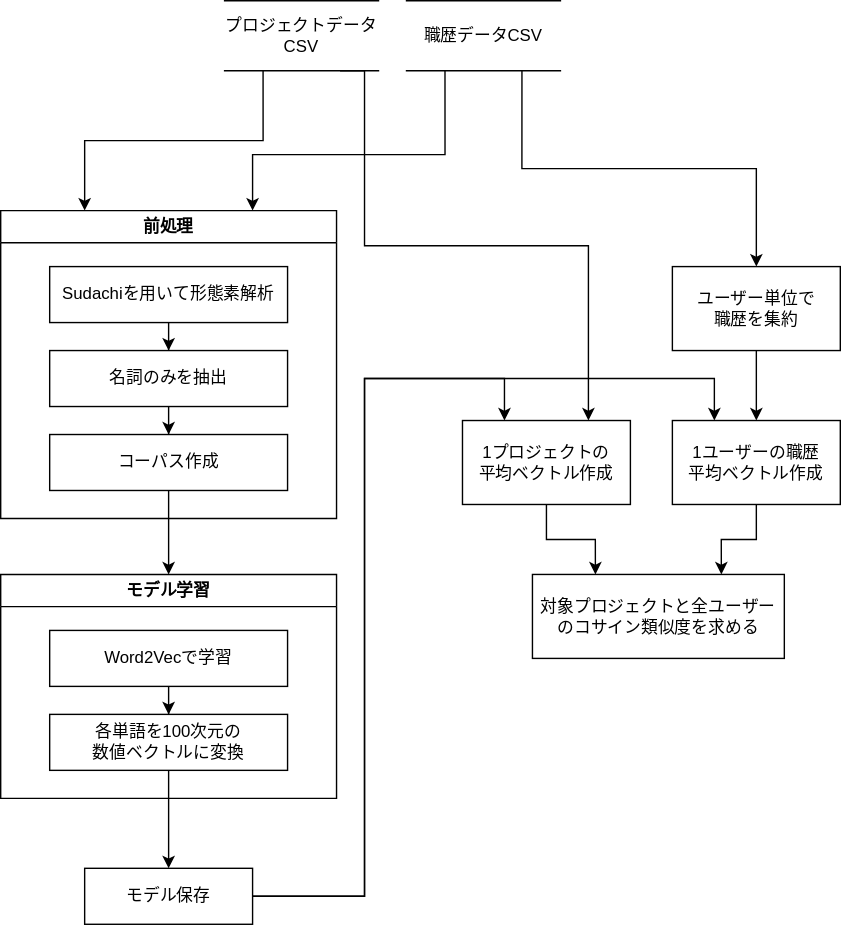
This is マッチング処理のデータフロー図.drawio.svg from Aoki-Dai/drawio, a draw.io export, as it was before one commit. Source tidied: cells renumbered, new cells last; positions are measured from the earlier drawing's top-left corner, leaving out a move shared by most shapes.
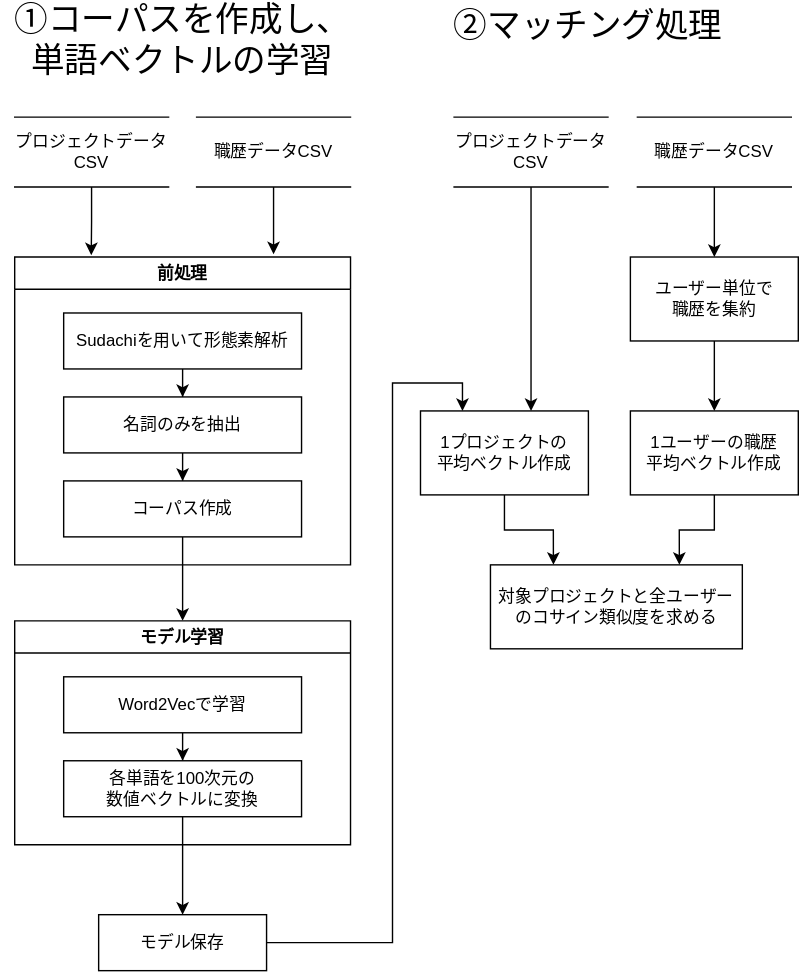
Above is the later version.

Commit message:
マッチング処理のデータフロー図.drawio.svg を更新します

Diff of the diagram source:
```diff
@@ -2,34 +2,14 @@
   <root>
     <mxCell id="0" />
     <mxCell id="1" parent="0" />
-    <mxCell id="2" style="edgeStyle=orthogonalEdgeStyle;rounded=0;jettySize=auto;html=1;exitX=0.25;exitY=1;exitDx=0;exitDy=0;entryX=0.25;entryY=0;entryDx=0;entryDy=0;" parent="1" edge="1" source="4" target="9">
+    <mxCell id="2" style="edgeStyle=orthogonalEdgeStyle;rounded=0;jettySize=auto;html=1;entryX=0.228;entryY=-0.006;entryDx=0;entryDy=0;entryPerimeter=0;" parent="1" edge="1" source="4" target="9">
       <mxGeometry relative="1" as="geometry" />
     </mxCell>
-    <mxCell id="3" style="edgeStyle=orthogonalEdgeStyle;rounded=0;jettySize=auto;html=1;exitX=0.75;exitY=1;exitDx=0;exitDy=0;entryX=0.75;entryY=0;entryDx=0;entryDy=0;" parent="1" edge="1" source="4" target="26">
-      <mxGeometry relative="1" as="geometry">
-        <Array as="points">
-          <mxPoint x="260" y="50" />
-          <mxPoint x="260" y="175" />
-          <mxPoint x="420" y="175" />
-        </Array>
-      </mxGeometry>
-    </mxCell>
     <mxCell id="4" value="プロジェクトデータCSV" style="html=1;dashed=0;whiteSpace=wrap;shape=partialRectangle;right=0;left=0;" parent="1" vertex="1">
-      <mxGeometry x="160" width="110" height="50" as="geometry" />
+      <mxGeometry y="50" width="110" height="50" as="geometry" />
     </mxCell>
-    <mxCell id="5" style="edgeStyle=orthogonalEdgeStyle;rounded=0;jettySize=auto;html=1;exitX=0.25;exitY=1;exitDx=0;exitDy=0;entryX=0.75;entryY=0;entryDx=0;entryDy=0;" parent="1" edge="1" source="7" target="9">
-      <mxGeometry relative="1" as="geometry">
-        <Array as="points">
-          <mxPoint x="318" y="110" />
-          <mxPoint x="180" y="110" />
-        </Array>
-      </mxGeometry>
-    </mxCell>
-    <mxCell id="6" style="edgeStyle=orthogonalEdgeStyle;rounded=0;jettySize=auto;html=1;exitX=0.75;exitY=1;exitDx=0;exitDy=0;entryX=0.5;entryY=0;entryDx=0;entryDy=0;" parent="1" edge="1" source="7" target="24">
-      <mxGeometry relative="1" as="geometry" />
-    </mxCell>
     <mxCell id="7" value="職歴データCSV" style="html=1;dashed=0;whiteSpace=wrap;shape=partialRectangle;right=0;left=0;" parent="1" vertex="1">
-      <mxGeometry x="290" width="110" height="50" as="geometry" />
+      <mxGeometry x="130" y="50" width="110" height="50" as="geometry" />
     </mxCell>
     <mxCell id="8" style="edgeStyle=orthogonalEdgeStyle;rounded=0;jettySize=auto;html=1;exitX=0.5;exitY=1;exitDx=0;exitDy=0;entryX=0.5;entryY=0;entryDx=0;entryDy=0;" parent="1" edge="1" source="14" target="15">
       <mxGeometry relative="1" as="geometry" />
@@ -67,21 +47,12 @@
     <mxCell id="19" style="edgeStyle=orthogonalEdgeStyle;rounded=0;jettySize=auto;html=1;exitX=1;exitY=0.5;exitDx=0;exitDy=0;entryX=0.25;entryY=0;entryDx=0;entryDy=0;" parent="1" edge="1" source="21" target="26">
       <mxGeometry relative="1" as="geometry">
         <Array as="points">
-          <mxPoint x="260" y="640" />
-          <mxPoint x="260" y="270" />
-          <mxPoint x="360" y="270" />
+          <mxPoint x="270" y="640" />
+          <mxPoint x="270" y="240" />
+          <mxPoint x="320" y="240" />
         </Array>
       </mxGeometry>
     </mxCell>
-    <mxCell id="20" style="edgeStyle=orthogonalEdgeStyle;rounded=0;jettySize=auto;html=1;exitX=1;exitY=0.5;exitDx=0;exitDy=0;entryX=0.25;entryY=0;entryDx=0;entryDy=0;" parent="1" edge="1" source="21" target="27">
-      <mxGeometry relative="1" as="geometry">
-        <Array as="points">
-          <mxPoint x="260" y="640" />
-          <mxPoint x="260" y="270" />
-          <mxPoint x="510" y="270" />
-        </Array>
-      </mxGeometry>
-    </mxCell>
     <mxCell id="21" value="モデル保存" style="whiteSpace=wrap;html=1;rounded=0;" parent="1" vertex="1">
       <mxGeometry x="60" y="620" width="120" height="40" as="geometry" />
     </mxCell>
@@ -92,22 +63,47 @@
       <mxGeometry relative="1" as="geometry" />
     </mxCell>
     <mxCell id="24" value="ユーザー単位で&lt;div&gt;職歴を集約&lt;/div&gt;" style="whiteSpace=wrap;html=1;" parent="1" vertex="1">
-      <mxGeometry x="480" y="190" width="120" height="60" as="geometry" />
+      <mxGeometry x="440" y="150" width="120" height="60" as="geometry" />
     </mxCell>
     <mxCell id="25" style="edgeStyle=orthogonalEdgeStyle;rounded=0;jettySize=auto;html=1;exitX=0.5;exitY=1;exitDx=0;exitDy=0;entryX=0.25;entryY=0;entryDx=0;entryDy=0;" parent="1" edge="1" source="26" target="28">
       <mxGeometry relative="1" as="geometry" />
     </mxCell>
     <mxCell id="26" value="1プロジェクトの&lt;div&gt;平均ベクトル作成&lt;/div&gt;" style="whiteSpace=wrap;html=1;" parent="1" vertex="1">
-      <mxGeometry x="330" y="300" width="120" height="60" as="geometry" />
+      <mxGeometry x="290" y="260" width="120" height="60" as="geometry" />
     </mxCell>
     <mxCell id="27" value="1ユーザーの&lt;span style=&quot;background-color: transparent; color: light-dark(rgb(0, 0, 0), rgb(255, 255, 255));&quot;&gt;職歴&lt;/span&gt;&lt;div&gt;&lt;span style=&quot;background-color: transparent; color: light-dark(rgb(0, 0, 0), rgb(255, 255, 255));&quot;&gt;平均ベクトル作成&lt;/span&gt;&lt;/div&gt;" style="whiteSpace=wrap;html=1;" parent="1" vertex="1">
-      <mxGeometry x="480" y="300" width="120" height="60" as="geometry" />
+      <mxGeometry x="440" y="260" width="120" height="60" as="geometry" />
     </mxCell>
     <mxCell id="28" value="対象プロジェクトと全ユーザーの&lt;span style=&quot;background-color: transparent; color: light-dark(rgb(0, 0, 0), rgb(255, 255, 255));&quot;&gt;コサイン類似度を求める&lt;/span&gt;" style="whiteSpace=wrap;html=1;" parent="1" vertex="1">
-      <mxGeometry x="380" y="410" width="180" height="60" as="geometry" />
+      <mxGeometry x="340" y="370" width="180" height="60" as="geometry" />
     </mxCell>
     <mxCell id="29" style="edgeStyle=orthogonalEdgeStyle;rounded=0;jettySize=auto;html=1;exitX=0.5;exitY=1;exitDx=0;exitDy=0;entryX=0.75;entryY=0;entryDx=0;entryDy=0;" parent="1" edge="1" source="27" target="28">
       <mxGeometry relative="1" as="geometry" />
     </mxCell>
+    <mxCell id="30" style="edgeStyle=orthogonalEdgeStyle;rounded=0;jettySize=auto;html=1;exitX=0.5;exitY=1;exitDx=0;exitDy=0;" parent="1" edge="1" source="31">
+      <mxGeometry relative="1" as="geometry">
+        <mxPoint x="369" y="260" as="targetPoint" />
+      </mxGeometry>
+    </mxCell>
+    <mxCell id="31" value="プロジェクトデータCSV" style="html=1;dashed=0;whiteSpace=wrap;shape=partialRectangle;right=0;left=0;" parent="1" vertex="1">
+      <mxGeometry x="314" y="50" width="110" height="50" as="geometry" />
+    </mxCell>
+    <mxCell id="32" style="edgeStyle=orthogonalEdgeStyle;rounded=0;jettySize=auto;html=1;entryX=0.5;entryY=0;entryDx=0;entryDy=0;" parent="1" edge="1" source="33" target="24">
+      <mxGeometry relative="1" as="geometry" />
+    </mxCell>
+    <mxCell id="33" value="職歴データCSV" style="html=1;dashed=0;whiteSpace=wrap;shape=partialRectangle;right=0;left=0;" parent="1" vertex="1">
+      <mxGeometry x="445" y="50" width="110" height="50" as="geometry" />
+    </mxCell>
+    <mxCell id="34" style="edgeStyle=orthogonalEdgeStyle;rounded=0;jettySize=auto;html=1;exitX=0.5;exitY=1;exitDx=0;exitDy=0;" parent="1" edge="1" source="7">
+      <mxGeometry relative="1" as="geometry">
+        <mxPoint x="185" y="148" as="targetPoint" />
+      </mxGeometry>
+    </mxCell>
+    <mxCell id="35" value="&lt;font style=&quot;font-size: 24px;&quot;&gt;①コーパスを作成し、単語ベクトルの学習&lt;/font&gt;" style="text;html=1;whiteSpace=wrap;strokeColor=none;fillColor=none;align=center;verticalAlign=middle;rounded=0;" parent="1" vertex="1">
+      <mxGeometry x="-10" y="-20" width="260" height="30" as="geometry" />
+    </mxCell>
+    <mxCell id="36" value="&lt;font style=&quot;font-size: 24px;&quot;&gt;②マッチング処理&lt;/font&gt;" style="text;html=1;whiteSpace=wrap;strokeColor=none;fillColor=none;align=center;verticalAlign=middle;rounded=0;" parent="1" vertex="1">
+      <mxGeometry x="300" y="-30" width="220" height="30" as="geometry" />
+    </mxCell>
   </root>
 </mxGraphModel>
```
